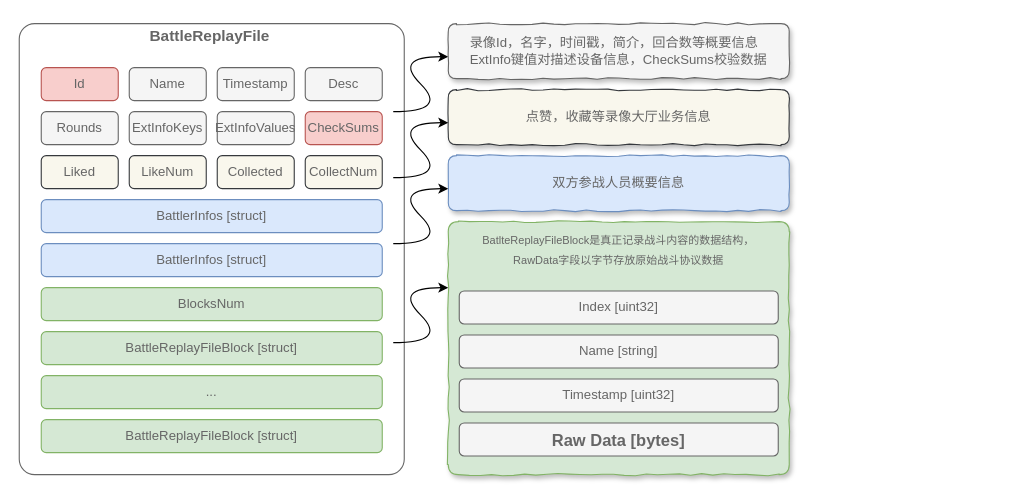
Before: ppt战斗录像文件解析.drawio in leoin2012/draw.io.files, a draw.io diagram. Source tidied: cells renumbered, new cells numbered last; positions are measured from the earlier drawing's top-left corner, leaving out a move shared by most shapes. Both pictures are drawn from the tidied source at 110%, with x=0, y=0 at pixel (19, 23).
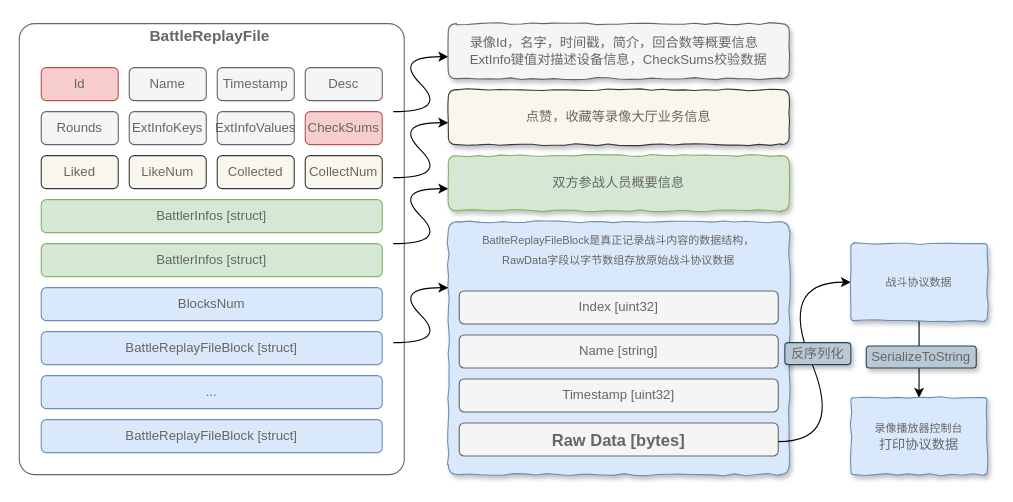
The same page after the edit.

Commit message (it also covers changes not shown here):
更新ppt战斗录像文件解析.drawio

The edit, as a diff of the source:
```diff
@@
-    <mxCell id="7" value="&lt;font color=&quot;#666666&quot;&gt;BattlerInfos [struct]&lt;/font&gt;" style="rounded=1;whiteSpace=wrap;html=1;fillColor=#dae8fc;strokeColor=#6c8ebf;" parent="1" vertex="1">
+    <mxCell id="7" value="&lt;font color=&quot;#666666&quot;&gt;BattlerInfos [struct]&lt;/font&gt;" style="rounded=1;whiteSpace=wrap;html=1;fillColor=#d5e8d4;strokeColor=#82b366;" parent="1" vertex="1">
       <mxGeometry x="20" y="160" width="310" height="30" as="geometry" />
     </mxCell>
-    <mxCell id="8" value="&lt;font color=&quot;#666666&quot;&gt;BlocksNum&lt;/font&gt;" style="rounded=1;whiteSpace=wrap;html=1;fillColor=#d5e8d4;strokeColor=#82b366;" parent="1" vertex="1">
+    <mxCell id="8" value="&lt;font color=&quot;#666666&quot;&gt;BlocksNum&lt;/font&gt;" style="rounded=1;whiteSpace=wrap;html=1;fillColor=#dae8fc;strokeColor=#6c8ebf;" parent="1" vertex="1">
       <mxGeometry x="20" y="240" width="310" height="30" as="geometry" />
     </mxCell>
-    <mxCell id="9" value="&lt;font color=&quot;#666666&quot; style=&quot;line-height: 120%&quot;&gt;&lt;sup&gt;BatlteReplayFileBlock是真正记录战斗内容的数据结构，&lt;br&gt;RawData字段以字节存放原始战斗协议数据&lt;/sup&gt;&lt;br&gt;&lt;br&gt;&lt;br&gt;&lt;br&gt;&lt;br&gt;&lt;br&gt;&lt;br&gt;&lt;br&gt;&lt;br&gt;&lt;br&gt;&lt;br&gt;&lt;br&gt;&lt;br&gt;&lt;/font&gt;" style="rounded=1;whiteSpace=wrap;html=1;arcSize=4;fillColor=#d5e8d4;strokeColor=#82b366;shadow=1;comic=1;" parent="1" vertex="1">
+    <mxCell id="9" value="&lt;font color=&quot;#666666&quot; style=&quot;line-height: 120%&quot;&gt;&lt;sup&gt;BatlteReplayFileBlock是真正记录战斗内容的数据结构，&lt;br&gt;RawData字段以字节数组存放原始战斗协议数据&lt;/sup&gt;&lt;br&gt;&lt;br&gt;&lt;br&gt;&lt;br&gt;&lt;br&gt;&lt;br&gt;&lt;br&gt;&lt;br&gt;&lt;br&gt;&lt;br&gt;&lt;br&gt;&lt;br&gt;&lt;br&gt;&lt;/font&gt;" style="rounded=1;whiteSpace=wrap;html=1;arcSize=4;fillColor=#dae8fc;strokeColor=#6c8ebf;shadow=1;comic=1;" parent="1" vertex="1">
       <mxGeometry x="390" y="180" width="310" height="230" as="geometry" />
     </mxCell>
@@
-    <mxCell id="21" value="&lt;font color=&quot;#666666&quot;&gt;BattlerInfos [struct]&lt;/font&gt;" style="rounded=1;whiteSpace=wrap;html=1;fillColor=#dae8fc;strokeColor=#6c8ebf;" parent="1" vertex="1">
+    <mxCell id="21" value="&lt;font color=&quot;#666666&quot;&gt;BattlerInfos [struct]&lt;/font&gt;" style="rounded=1;whiteSpace=wrap;html=1;fillColor=#d5e8d4;strokeColor=#82b366;" parent="1" vertex="1">
       <mxGeometry x="20" y="200" width="310" height="30" as="geometry" />
     </mxCell>
@@
-    <mxCell id="23" value="&lt;font color=&quot;#666666&quot;&gt;双方参战人员概要信息&lt;/font&gt;" style="text;html=1;align=center;verticalAlign=middle;whiteSpace=wrap;rounded=1;shadow=1;comic=1;glass=0;fillColor=#dae8fc;strokeColor=#6c8ebf;" parent="1" vertex="1">
+    <mxCell id="23" value="&lt;font color=&quot;#666666&quot;&gt;双方参战人员概要信息&lt;/font&gt;" style="text;html=1;align=center;verticalAlign=middle;whiteSpace=wrap;rounded=1;shadow=1;comic=1;glass=0;fillColor=#d5e8d4;strokeColor=#82b366;" parent="1" vertex="1">
       <mxGeometry x="390" y="120" width="310" height="50" as="geometry" />
     </mxCell>
@@
-    <mxCell id="29" value="&lt;font color=&quot;#666666&quot;&gt;BattleReplayFileBlock [struct]&lt;/font&gt;" style="rounded=1;whiteSpace=wrap;html=1;fillColor=#d5e8d4;strokeColor=#82b366;" parent="1" vertex="1">
+    <mxCell id="29" value="&lt;font color=&quot;#666666&quot;&gt;BattleReplayFileBlock [struct]&lt;/font&gt;" style="rounded=1;whiteSpace=wrap;html=1;fillColor=#dae8fc;strokeColor=#6c8ebf;" parent="1" vertex="1">
       <mxGeometry x="20" y="280" width="310" height="30" as="geometry" />
     </mxCell>
-    <mxCell id="30" value="&lt;font color=&quot;#666666&quot;&gt;...&lt;/font&gt;" style="rounded=1;whiteSpace=wrap;html=1;fillColor=#d5e8d4;strokeColor=#82b366;" parent="1" vertex="1">
+    <mxCell id="30" value="&lt;font color=&quot;#666666&quot;&gt;...&lt;/font&gt;" style="rounded=1;whiteSpace=wrap;html=1;fillColor=#dae8fc;strokeColor=#6c8ebf;" parent="1" vertex="1">
       <mxGeometry x="20" y="320" width="310" height="30" as="geometry" />
     </mxCell>
-    <mxCell id="31" value="&lt;font color=&quot;#666666&quot;&gt;BattleReplayFileBlock [struct]&lt;/font&gt;" style="rounded=1;whiteSpace=wrap;html=1;fillColor=#d5e8d4;strokeColor=#82b366;" parent="1" vertex="1">
+    <mxCell id="31" value="&lt;font color=&quot;#666666&quot;&gt;BattleReplayFileBlock [struct]&lt;/font&gt;" style="rounded=1;whiteSpace=wrap;html=1;fillColor=#dae8fc;strokeColor=#6c8ebf;" parent="1" vertex="1">
       <mxGeometry x="20" y="360" width="310" height="30" as="geometry" />
     </mxCell>
@@
+    <mxCell id="33" style="curved=1;endArrow=classic;html=1;entryX=0;entryY=0.5;entryDx=0;entryDy=0;" parent="1" edge="1" target="36">
+      <mxGeometry relative="1" as="geometry">
+        <mxPoint x="690" y="380" as="sourcePoint" />
+        <Array as="points">
+          <mxPoint x="750" y="380" />
+          <mxPoint x="690" y="235" />
+        </Array>
+      </mxGeometry>
+    </mxCell>
+    <mxCell id="34" value="&lt;font color=&quot;#666666&quot;&gt;反序列化&lt;/font&gt;" style="text;html=1;align=center;verticalAlign=middle;whiteSpace=wrap;rounded=1;shadow=1;comic=0;glass=0;fillColor=#bac8d3;strokeColor=#23445d;" parent="1" vertex="1">
+      <mxGeometry x="696" y="290" width="60" height="20" as="geometry" />
+    </mxCell>
+    <mxCell id="35" style="edgeStyle=orthogonalEdgeStyle;rounded=0;jettySize=auto;html=1;curved=1;" parent="1" edge="1" source="36" target="37">
+      <mxGeometry relative="1" as="geometry" />
+    </mxCell>
+    <mxCell id="36" value="&lt;font color=&quot;#666666&quot; style=&quot;line-height: 120%&quot;&gt;&lt;span style=&quot;font-size: 10px&quot;&gt;战斗协议数据&lt;/span&gt;&lt;br&gt;&lt;/font&gt;" style="rounded=1;whiteSpace=wrap;html=1;arcSize=4;fillColor=#dae8fc;strokeColor=#6c8ebf;shadow=1;comic=1;" parent="1" vertex="1">
+      <mxGeometry x="756" y="200" width="124" height="70" as="geometry" />
+    </mxCell>
+    <mxCell id="37" value="&lt;font color=&quot;#666666&quot; style=&quot;line-height: 120%&quot;&gt;&lt;span style=&quot;font-size: 10px&quot;&gt;录像播放器控制台&lt;br&gt;&lt;/span&gt;打印协议数据&lt;br&gt;&lt;/font&gt;" style="rounded=1;whiteSpace=wrap;html=1;arcSize=4;fillColor=#dae8fc;strokeColor=#6c8ebf;shadow=1;comic=1;" parent="1" vertex="1">
+      <mxGeometry x="756" y="340" width="124" height="70" as="geometry" />
+    </mxCell>
+    <mxCell id="38" value="&lt;font color=&quot;#666666&quot;&gt;SerializeToString&lt;/font&gt;" style="text;html=1;align=center;verticalAlign=middle;whiteSpace=wrap;rounded=1;shadow=1;comic=0;glass=0;fillColor=#bac8d3;strokeColor=#23445d;" parent="1" vertex="1">
+      <mxGeometry x="770" y="293" width="100" height="20" as="geometry" />
+    </mxCell>
```
